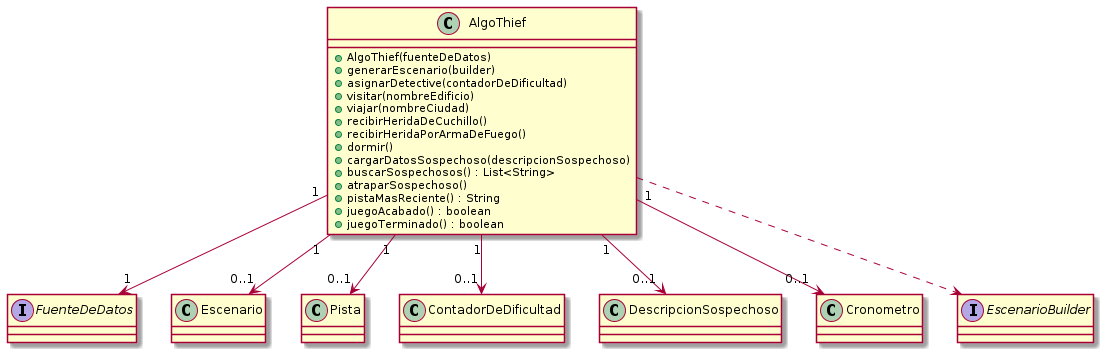
Above: diagrams/classes/clase_algothief.png in MegaRedHand/algo-thief (PlantUML), before the change.
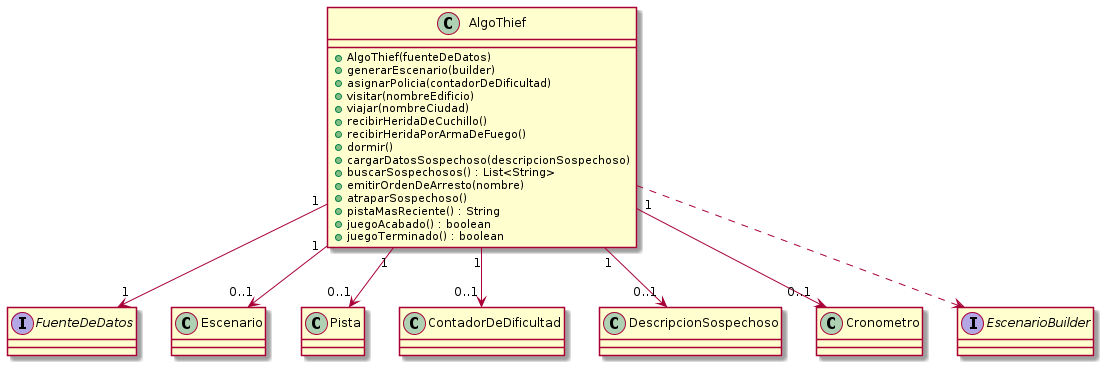
Above is the later version.

Diff of the diagram source:
```diff
@@ -3,7 +3,7 @@
 class AlgoThief {
     + AlgoThief(fuenteDeDatos)
     + generarEscenario(builder)
-    + asignarDetective(contadorDeDificultad)
+    + asignarPolicia(contadorDeDificultad)
     + visitar(nombreEdificio)
     + viajar(nombreCiudad)
     + recibirHeridaDeCuchillo()
@@ -11,6 +11,7 @@
     + dormir()
     + cargarDatosSospechoso(descripcionSospechoso)
     + buscarSospechosos() : List<String>
+    + emitirOrdenDeArresto(nombre)
     + atraparSospechoso()
     + pistaMasReciente() : String
     + juegoAcabado() : boolean
```
